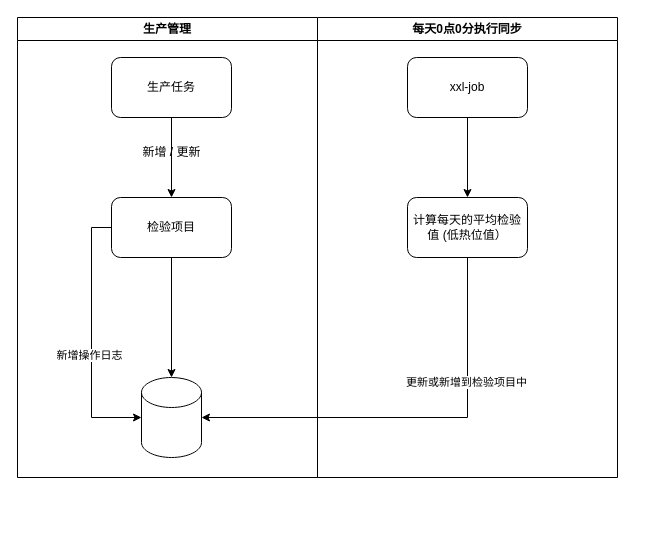
Before: Temp.drawio in Leo-Lee-j/sketch, a draw.io diagram. Source tidied: cells renumbered, new cells numbered last; positions are measured from the earlier drawing's top-left corner, leaving out a move shared by most shapes. Both pictures are drawn from the tidied source at 100%, with x=0, y=0 at pixel (17, 17).
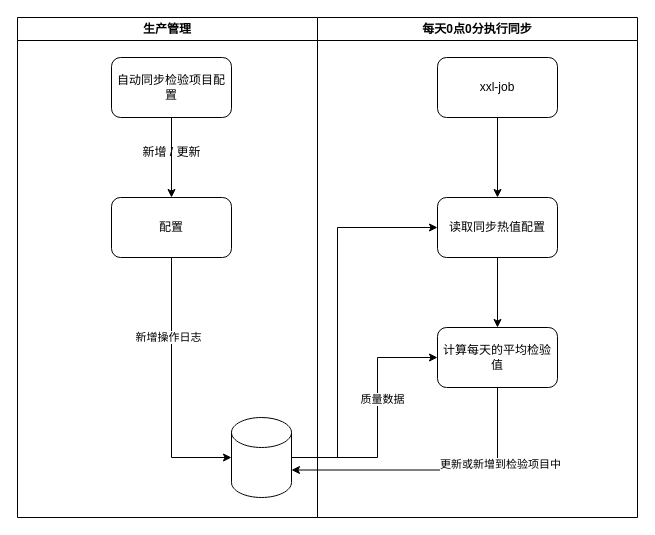
The same diagram, later.

Diff of the diagram source:
```diff
@@
-    <mxCell id="3" value="生产任务" style="rounded=1;whiteSpace=wrap;html=1;" parent="1" vertex="1">
+    <mxCell id="3" value="自动同步检验项目配置" style="rounded=1;whiteSpace=wrap;html=1;" parent="1" vertex="1">
       <mxGeometry x="94" y="40" width="120" height="60" as="geometry" />
     </mxCell>
-    <mxCell id="4" style="edgeStyle=orthogonalEdgeStyle;rounded=0;jettySize=auto;html=1;exitX=0;exitY=0.5;exitDx=0;exitDy=0;entryX=0;entryY=0.5;entryDx=0;entryDy=0;entryPerimeter=0;" parent="1" edge="1" source="7" target="9">
-      <mxGeometry relative="1" as="geometry" />
-    </mxCell>
+    <mxCell id="17" style="edgeStyle=orthogonalEdgeStyle;rounded=0;jettySize=auto;html=1;exitX=0.5;exitY=1;exitDx=0;exitDy=0;entryX=0;entryY=0.5;entryDx=0;entryDy=0;entryPerimeter=0;" parent="1" edge="1" source="7" target="18">
+      <mxGeometry relative="1" as="geometry" />
+    </mxCell>
-    <mxCell id="5" value="新增操作日志" style="edgeLabel;html=1;align=center;verticalAlign=middle;" parent="4" vertex="1">
-      <mxGeometry x="0.13" y="-3" relative="1" as="geometry" />
+    <mxCell id="5" value="新增操作日志" style="edgeLabel;html=1;align=center;verticalAlign=middle;" parent="17" vertex="1">
+      <mxGeometry x="0.24" y="1" relative="1" as="geometry">
+        <mxPoint x="-5" y="-82" as="offset" />
+      </mxGeometry>
     </mxCell>
-    <mxCell id="6" style="edgeStyle=orthogonalEdgeStyle;rounded=0;jettySize=auto;html=1;exitX=0.5;exitY=1;exitDx=0;exitDy=0;entryX=0.5;entryY=0;entryDx=0;entryDy=0;entryPerimeter=0;" parent="1" edge="1" source="7" target="9">
-      <mxGeometry relative="1" as="geometry" />
-    </mxCell>
-    <mxCell id="7" value="检验项目" style="rounded=1;whiteSpace=wrap;html=1;" parent="1" vertex="1">
+    <mxCell id="7" value="配置" style="rounded=1;whiteSpace=wrap;html=1;" parent="1" vertex="1">
       <mxGeometry x="94" y="180" width="120" height="60" as="geometry" />
     </mxCell>
     <mxCell id="8" value="生产管理" style="swimlane;whiteSpace=wrap;html=1;" parent="1" vertex="1">
-      <mxGeometry width="300" height="460" as="geometry" />
+      <mxGeometry width="300" height="500" as="geometry" />
     </mxCell>
-    <mxCell id="9" style="shape=cylinder3;whiteSpace=wrap;html=1;boundedLbl=1;backgroundOutline=1;size=15;" parent="8" vertex="1">
-      <mxGeometry x="124" y="360" width="60" height="80" as="geometry" />
-    </mxCell>
@@
+    <mxCell id="18" style="shape=cylinder3;whiteSpace=wrap;html=1;boundedLbl=1;backgroundOutline=1;size=15;" parent="8" vertex="1">
+      <mxGeometry x="214" y="400" width="60" height="80" as="geometry" />
+    </mxCell>
     <mxCell id="11" value="每天0点0分执行同步" style="swimlane;whiteSpace=wrap;html=1;" parent="1" vertex="1">
-      <mxGeometry x="300" width="300" height="460" as="geometry" />
+      <mxGeometry x="300" width="320" height="500" as="geometry" />
     </mxCell>
@@
     <mxCell id="13" value="xxl-job" style="rounded=1;whiteSpace=wrap;html=1;" parent="11" vertex="1">
-      <mxGeometry x="90" y="40" width="120" height="60" as="geometry" />
+      <mxGeometry x="120" y="40" width="120" height="60" as="geometry" />
     </mxCell>
+    <mxCell id="19" style="edgeStyle=orthogonalEdgeStyle;rounded=0;jettySize=auto;html=1;exitX=0.5;exitY=1;exitDx=0;exitDy=0;" parent="11" edge="1" source="14" target="20">
+      <mxGeometry relative="1" as="geometry" />
+    </mxCell>
-    <mxCell id="14" value="计算每天的平均检验值 (低热位值）" style="rounded=1;whiteSpace=wrap;html=1;" parent="11" vertex="1">
-      <mxGeometry x="90" y="180" width="120" height="60" as="geometry" />
+    <mxCell id="14" value="读取同步热值配置" style="rounded=1;whiteSpace=wrap;html=1;" parent="11" vertex="1">
+      <mxGeometry x="120" y="180" width="120" height="60" as="geometry" />
     </mxCell>
-    <mxCell id="15" style="edgeStyle=orthogonalEdgeStyle;rounded=0;jettySize=auto;html=1;exitX=0.5;exitY=1;exitDx=0;exitDy=0;entryX=1;entryY=0.5;entryDx=0;entryDy=0;entryPerimeter=0;" parent="1" edge="1" source="14" target="9">
-      <mxGeometry relative="1" as="geometry" />
-    </mxCell>
+    <mxCell id="20" value="计算每天的平均检验值" style="rounded=1;whiteSpace=wrap;html=1;" parent="11" vertex="1">
+      <mxGeometry x="120" y="310" width="120" height="60" as="geometry" />
+    </mxCell>
+    <mxCell id="21" style="edgeStyle=orthogonalEdgeStyle;rounded=0;jettySize=auto;html=1;exitX=1;exitY=0.5;exitDx=0;exitDy=0;exitPerimeter=0;entryX=0;entryY=0.5;entryDx=0;entryDy=0;" parent="1" edge="1" source="18" target="14">
+      <mxGeometry relative="1" as="geometry">
+        <Array as="points">
+          <mxPoint x="320" y="440" />
+          <mxPoint x="320" y="210" />
+        </Array>
+      </mxGeometry>
+    </mxCell>
+    <mxCell id="22" style="edgeStyle=orthogonalEdgeStyle;rounded=0;jettySize=auto;html=1;exitX=1;exitY=0.5;exitDx=0;exitDy=0;exitPerimeter=0;entryX=0;entryY=0.5;entryDx=0;entryDy=0;" parent="1" edge="1" source="18" target="20">
+      <mxGeometry relative="1" as="geometry">
+        <Array as="points">
+          <mxPoint x="360" y="440" />
+          <mxPoint x="360" y="340" />
+        </Array>
+      </mxGeometry>
+    </mxCell>
+    <mxCell id="23" value="质量数据" style="edgeLabel;html=1;align=center;verticalAlign=middle;" parent="22" vertex="1">
+      <mxGeometry x="0.18" y="-4" relative="1" as="geometry" />
+    </mxCell>
+    <mxCell id="24" style="edgeStyle=orthogonalEdgeStyle;rounded=0;jettySize=auto;html=1;exitX=0.5;exitY=1;exitDx=0;exitDy=0;entryX=1;entryY=0;entryDx=0;entryDy=52.5;entryPerimeter=0;" parent="1" edge="1" source="20" target="18">
+      <mxGeometry relative="1" as="geometry" />
+    </mxCell>
-    <mxCell id="16" value="更新或新增到检验项目中" style="edgeLabel;html=1;align=center;verticalAlign=middle;" parent="15" vertex="1">
-      <mxGeometry x="-0.42" y="-2" relative="1" as="geometry" />
+    <mxCell id="16" value="更新或新增到检验项目中" style="edgeLabel;html=1;align=center;verticalAlign=middle;" parent="24" vertex="1">
+      <mxGeometry x="-0.47" y="2" relative="1" as="geometry" />
     </mxCell>
```
